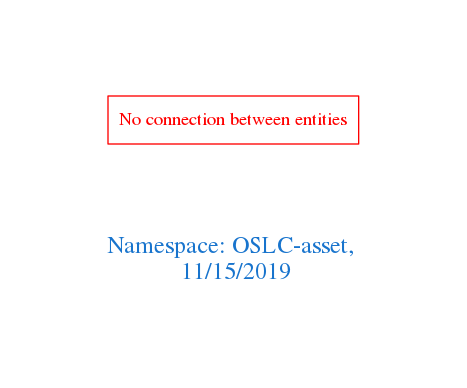
This is downloads/OSLC-asset.png from arago/OGIT, a Graphviz export, as it was before one commit. Its source is kept beside it as downloads/OSLC-asset.dot.
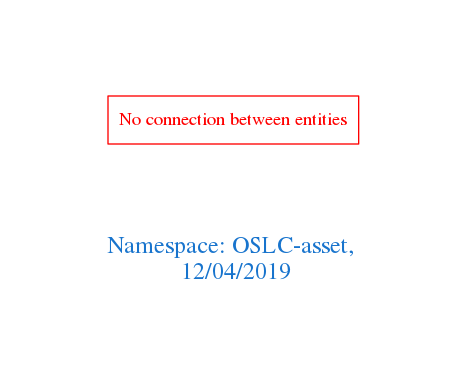
After the commit.

The edit, as a diff of the source:
```diff
@@ -1,7 +1,7 @@
 digraph OGIT_ontology {
  graph [ rankdir= LR,pad=1
 fontsize = 18,
-fontcolor= dodgerblue3,label = "\n\n\nNamespace: OSLC-asset, \n 11/15/2019"];
+fontcolor= dodgerblue3,label = "\n\n\nNamespace: OSLC-asset, \n 12/04/2019"];
 node[shape=polygon];
 edge [  color="gray81"];
 
```
